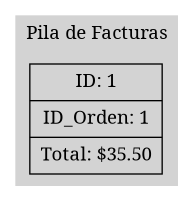
Earlier version of the Graphviz export AutoGestPro/Reports/pilaFacturas.png (eric-rojas/-EDD-1S2025_202200331). Its source is kept beside it as AutoGestPro/Reports/pilaFacturas.dot.
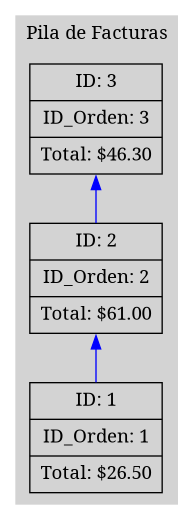
The same file after the commit.

Diff of the diagram source:
```diff
@@ -5,6 +5,10 @@
         label = "Pila de Facturas";
         style=filled;
         color=lightgrey;
-        node1 [label="{ID: 1 | ID_Orden: 1 | Total: $35.50}"];
+        node3 [label="{ID: 3 | ID_Orden: 3 | Total: $46.30}"];
+        node2 [label="{ID: 2 | ID_Orden: 2 | Total: $61.00}"];
+        node1 [label="{ID: 1 | ID_Orden: 1 | Total: $26.50}"];
+        node3 -> node2 [dir=back, color="blue"];
+        node2 -> node1 [dir=back, color="blue"];
     }
 }
```
